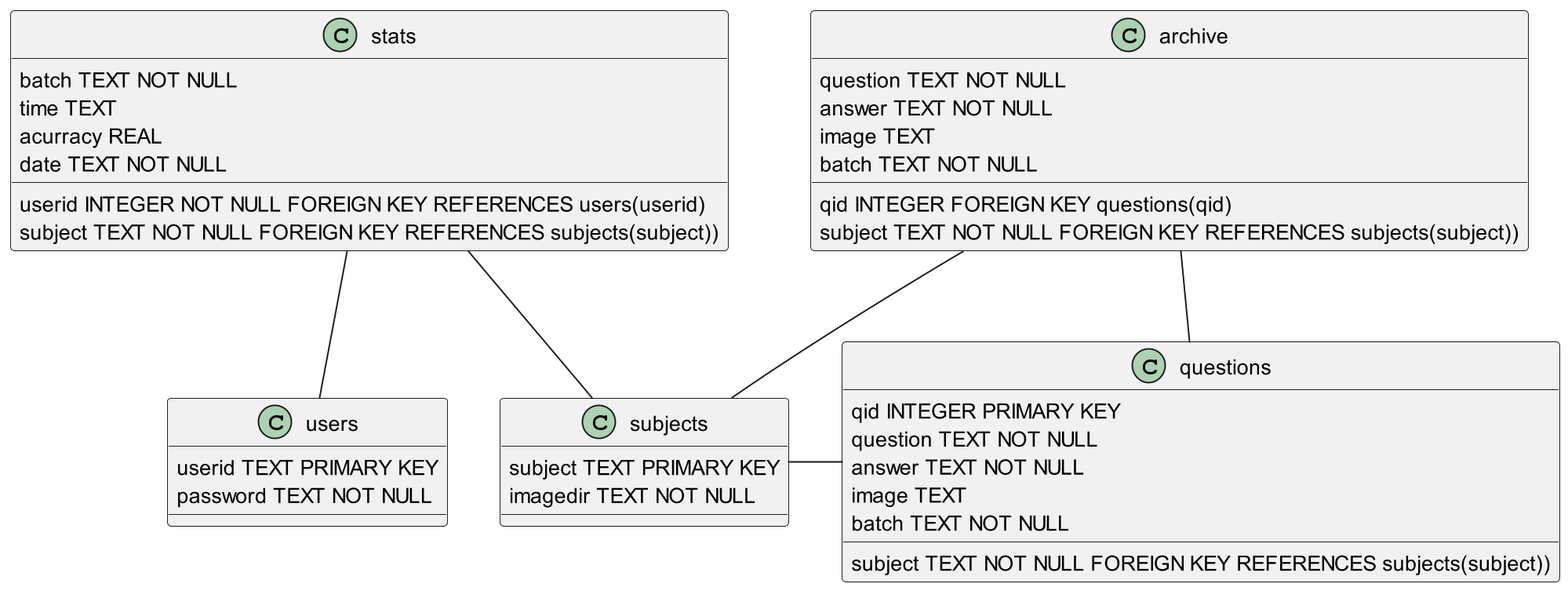
Before: Docs/database/Tables_diagram-0.png, a diagram exported from PlantUML (ForNeus57/FiszkiApp).
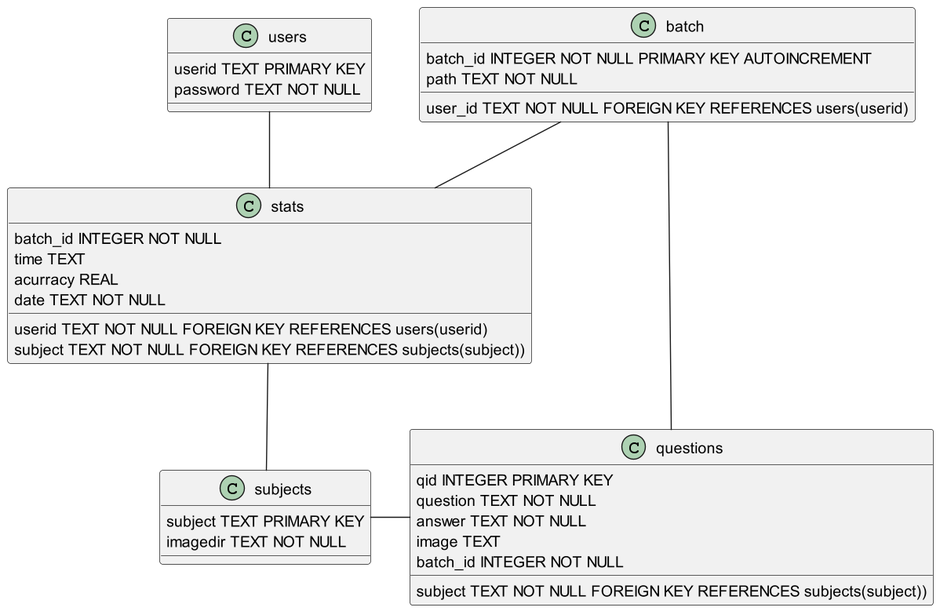
After the change.

Change to the diagram source:
```diff
@@ -13,7 +13,7 @@
 	answer TEXT NOT NULL
 	image TEXT
 	subject TEXT NOT NULL FOREIGN KEY REFERENCES subjects(subject))
-	batch TEXT NOT NULL
+	batch_id INTEGER NOT NULL
 }
 
 class subjects {
@@ -21,30 +21,27 @@
 	imagedir TEXT NOT NULL
 }
 
-class archive {
-	qid INTEGER FOREIGN KEY questions(qid)
-    question TEXT NOT NULL
-    answer TEXT NOT NULL
-    image TEXT
-    subject TEXT NOT NULL FOREIGN KEY REFERENCES subjects(subject))
-    batch TEXT NOT NULL
+class batch {
+	batch_id INTEGER NOT NULL PRIMARY KEY AUTOINCREMENT
+	user_id TEXT NOT NULL FOREIGN KEY REFERENCES users(userid)
+	path TEXT NOT NULL
 }
 
 class stats {
-	userid INTEGER NOT NULL FOREIGN KEY REFERENCES users(userid)
+	userid TEXT NOT NULL FOREIGN KEY REFERENCES users(userid)
 	subject TEXT NOT NULL FOREIGN KEY REFERENCES subjects(subject))
-	batch TEXT NOT NULL
+	batch_id INTEGER NOT NULL
 	time TEXT
 	acurracy REAL
 	date TEXT NOT NULL
 }
 
-users -u- stats
+users -d- stats
 
 subjects -u- stats
 subjects - questions
 
-archive - subjects
-archive -d- questions
+batch -d- questions
+batch -d- stats
 
 @enduml
```
